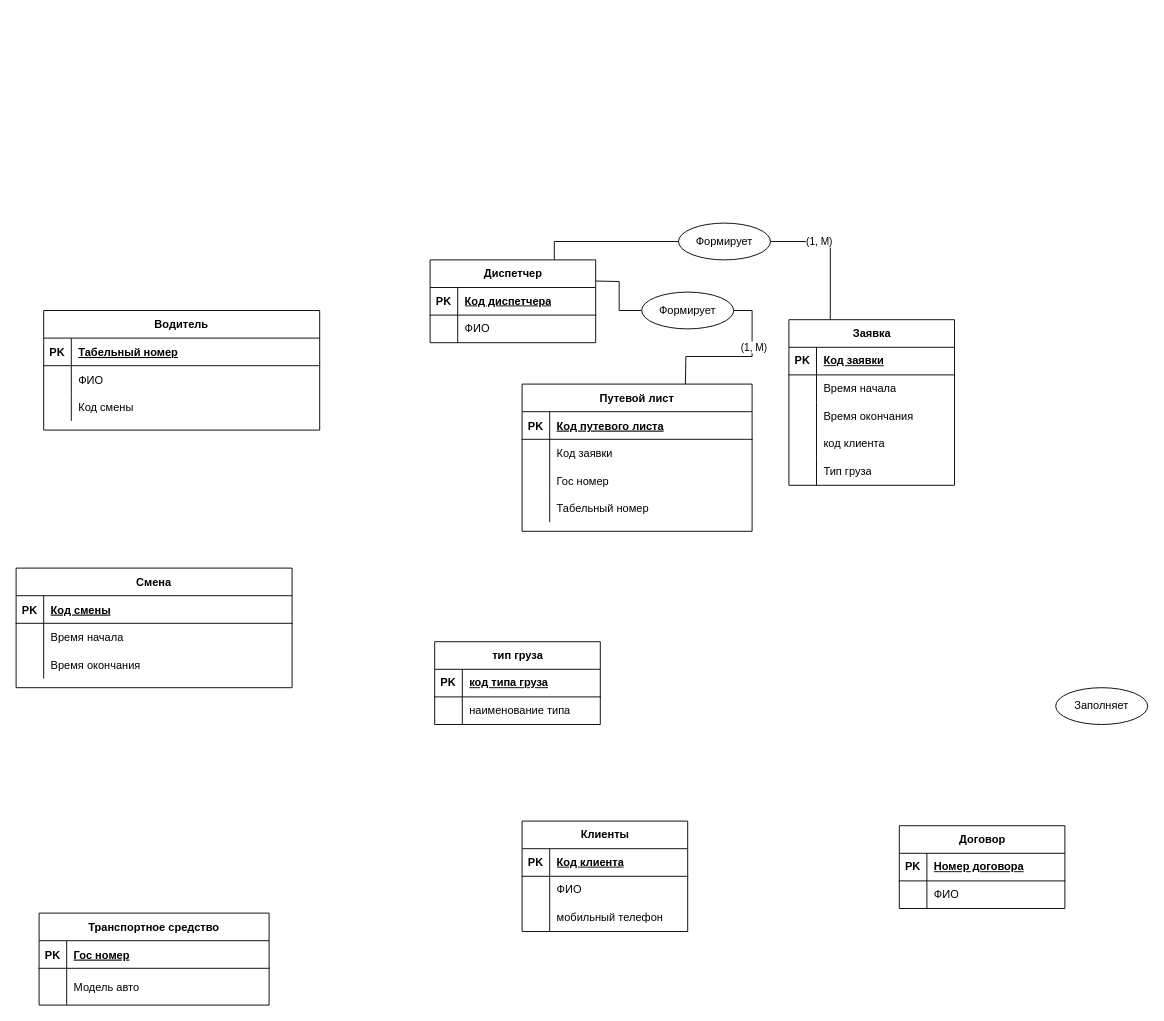
The draw.io diagram Диаграмма без названия2.drawio in psihioga/Sendsay_test_exercise, before the edit. Source tidied: cells renumbered, new cells numbered last; positions are measured from the earlier drawing's top-left corner, leaving out a move shared by most shapes. Both pictures are drawn from the tidied source at 92%, with x=0, y=0 at pixel (16, 223).
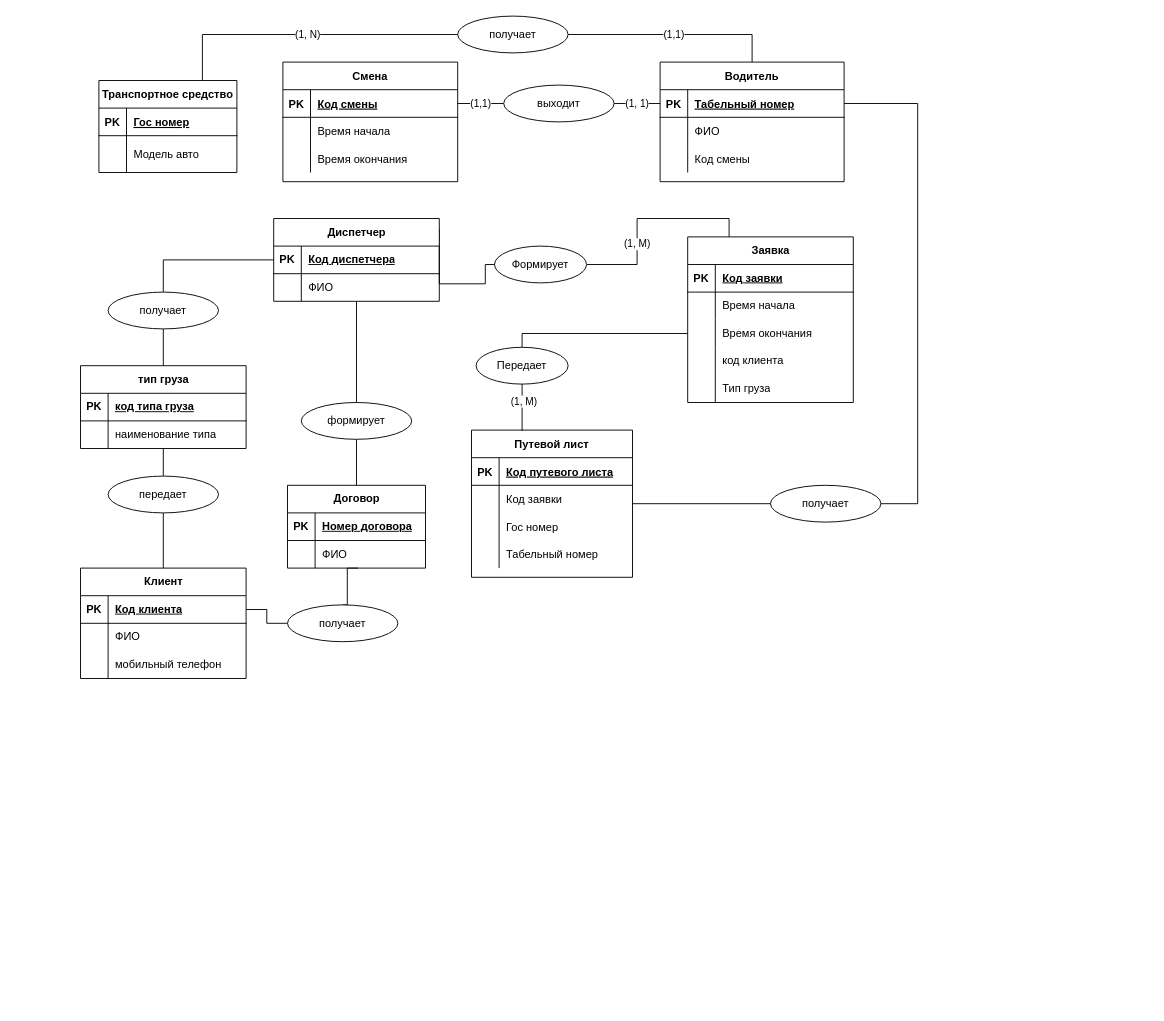
The same page after the edit.

The change refers to these unchanged cells:
```xml
<mxCell id="46" style="shape=tableRow;horizontal=0;startSize=0;swimlaneHead=0;swimlaneBody=0;fillColor=none;points=[[0,0.5],[1,0.5]];portConstraint=eastwest;top=0;left=0;right=0;bottom=0;" parent="42" vertex="1">
  <mxGeometry y="60" width="180" height="30" as="geometry" />
</mxCell>
<mxCell id="56" style="shape=tableRow;horizontal=0;startSize=0;swimlaneHead=0;swimlaneBody=0;fillColor=none;points=[[0,0.5],[1,0.5]];portConstraint=eastwest;top=0;left=0;right=0;bottom=0;" parent="49" vertex="1">
  <mxGeometry y="90" width="180" height="30" as="geometry" />
</mxCell>
<mxCell id="66" style="shape=tableRow;horizontal=0;startSize=0;swimlaneHead=0;swimlaneBody=0;fillColor=none;points=[[0,0.5],[1,0.5]];portConstraint=eastwest;top=0;left=0;right=0;bottom=1;" parent="65" vertex="1">
  <mxGeometry y="30" width="180" height="30" as="geometry" />
</mxCell>
<mxCell id="88" style="shape=tableRow;horizontal=0;startSize=0;swimlaneHead=0;swimlaneBody=0;fillColor=none;points=[[0,0.5],[1,0.5]];portConstraint=eastwest;top=0;left=0;right=0;bottom=1;" parent="87" vertex="1">
  <mxGeometry y="30" width="180" height="30" as="geometry" />
</mxCell>
<mxCell id="91" style="shape=tableRow;horizontal=0;startSize=0;swimlaneHead=0;swimlaneBody=0;fillColor=none;points=[[0,0.5],[1,0.5]];portConstraint=eastwest;top=0;left=0;right=0;bottom=0;" parent="87" vertex="1">
  <mxGeometry y="60" width="180" height="30" as="geometry" />
</mxCell>
```

What changed in the source:
```diff
@@
     <mxCell id="2" value="Путевой лист" style="shape=table;startSize=30;childLayout=tableLayout;rowLines=0;fontStyle=1;align=center;" parent="1" vertex="1">
-      <mxGeometry x="550" y="175" width="250" height="160" as="geometry" />
+      <mxGeometry x="495" y="225" width="175" height="160" as="geometry" />
     </mxCell>
     <mxCell id="3" style="shape=partialRectangle;fillColor=none;top=0;left=0;right=0;bottom=1;" parent="2" vertex="1">
-      <mxGeometry y="30" width="250" height="30" as="geometry" />
+      <mxGeometry y="30" width="175" height="30" as="geometry" />
     </mxCell>
@@
     <mxCell id="5" value="Код путевого листа" style="shape=partialRectangle;overflow=hidden;fillColor=none;top=0;left=0;bottom=0;right=0;align=left;spacingLeft=6;fontStyle=5;" parent="3" vertex="1">
-      <mxGeometry x="30" width="220" height="30" as="geometry" />
+      <mxGeometry x="30" width="145" height="30" as="geometry" />
     </mxCell>
     <mxCell id="6" style="shape=partialRectangle;fillColor=none;top=0;left=0;right=0;bottom=0;" parent="2" vertex="1">
-      <mxGeometry y="60" width="250" height="30" as="geometry" />
+      <mxGeometry y="60" width="175" height="30" as="geometry" />
     </mxCell>
@@
     <mxCell id="8" value="Код заявки" style="shape=partialRectangle;overflow=hidden;fillColor=none;top=0;left=0;bottom=0;right=0;align=left;spacingLeft=6;" parent="6" vertex="1">
-      <mxGeometry x="30" width="220" height="30" as="geometry" />
+      <mxGeometry x="30" width="145" height="30" as="geometry" />
     </mxCell>
     <mxCell id="9" style="shape=partialRectangle;fillColor=none;top=0;left=0;right=0;bottom=0;" parent="2" vertex="1">
-      <mxGeometry y="90" width="250" height="30" as="geometry" />
+      <mxGeometry y="90" width="175" height="30" as="geometry" />
     </mxCell>
@@
     <mxCell id="11" value="Гос номер" style="shape=partialRectangle;overflow=hidden;fillColor=none;top=0;left=0;bottom=0;right=0;align=left;spacingLeft=6;" parent="9" vertex="1">
-      <mxGeometry x="30" width="220" height="30" as="geometry" />
+      <mxGeometry x="30" width="145" height="30" as="geometry" />
     </mxCell>
     <mxCell id="12" style="shape=partialRectangle;fillColor=none;top=0;left=0;right=0;bottom=0;" parent="2" vertex="1">
-      <mxGeometry y="120" width="250" height="30" as="geometry" />
+      <mxGeometry y="120" width="175" height="30" as="geometry" />
     </mxCell>
@@
     <mxCell id="14" value="Табельный номер" style="shape=partialRectangle;overflow=hidden;fillColor=none;top=0;left=0;bottom=0;right=0;align=left;spacingLeft=6;" parent="12" vertex="1">
-      <mxGeometry x="30" width="220" height="30" as="geometry" />
+      <mxGeometry x="30" width="145" height="30" as="geometry" />
     </mxCell>
+    <mxCell id="98" value="(1,1)" style="edgeStyle=orthogonalEdgeStyle;rounded=0;jettySize=auto;html=1;exitX=1;exitY=0.5;exitDx=0;exitDy=0;entryX=0.5;entryY=0;entryDx=0;entryDy=0;endArrow=none;endFill=0;" parent="1" edge="1" source="110" target="22">
+      <mxGeometry relative="1" as="geometry" />
+    </mxCell>
     <mxCell id="15" value="Транспортное средство" style="shape=table;startSize=30;childLayout=tableLayout;rowLines=0;fontStyle=1;align=center;" parent="1" vertex="1">
-      <mxGeometry x="25" y="750" width="250" height="100" as="geometry" />
+      <mxGeometry x="90" y="-155" width="150" height="100" as="geometry" />
     </mxCell>
     <mxCell id="16" style="shape=partialRectangle;fillColor=none;top=0;left=0;right=0;bottom=1;" parent="15" vertex="1">
-      <mxGeometry y="30" width="250" height="30" as="geometry" />
+      <mxGeometry y="30" width="150" height="30" as="geometry" />
     </mxCell>
@@
     <mxCell id="18" value="Гос номер" style="shape=partialRectangle;overflow=hidden;fillColor=none;top=0;left=0;bottom=0;right=0;align=left;spacingLeft=6;fontStyle=5;" parent="16" vertex="1">
-      <mxGeometry x="30" width="220" height="30" as="geometry" />
+      <mxGeometry x="30" width="120" height="30" as="geometry" />
     </mxCell>
     <mxCell id="19" style="shape=partialRectangle;fillColor=none;top=0;left=0;right=0;bottom=0;" parent="15" vertex="1">
-      <mxGeometry y="60" width="250" height="40" as="geometry" />
+      <mxGeometry y="60" width="150" height="40" as="geometry" />
     </mxCell>
@@
     <mxCell id="21" value="Модель авто" style="shape=partialRectangle;overflow=hidden;fillColor=none;top=0;left=0;bottom=0;right=0;align=left;spacingLeft=6;" parent="19" vertex="1">
-      <mxGeometry x="30" width="220" height="40" as="geometry" />
+      <mxGeometry x="30" width="120" height="40" as="geometry" />
     </mxCell>
     <mxCell id="22" value="Водитель" style="shape=table;startSize=30;childLayout=tableLayout;rowLines=0;fontStyle=1;align=center;" parent="1" vertex="1">
-      <mxGeometry x="30" y="95" width="300" height="130" as="geometry" />
+      <mxGeometry x="700" y="-175" width="200" height="130" as="geometry" />
     </mxCell>
     <mxCell id="23" style="shape=partialRectangle;fillColor=none;points=[[0,0.5],[1,0.5]];portConstraint=eastwest;top=0;left=0;right=0;bottom=1;" parent="22" vertex="1">
-      <mxGeometry y="30" width="300" height="30" as="geometry" />
+      <mxGeometry y="30" width="200" height="30" as="geometry" />
     </mxCell>
@@
     <mxCell id="25" value="Табельный номер" style="shape=partialRectangle;overflow=hidden;fillColor=none;top=0;left=0;bottom=0;right=0;align=left;spacingLeft=6;fontStyle=5;" parent="23" vertex="1">
-      <mxGeometry x="30" width="270" height="30" as="geometry" />
+      <mxGeometry x="30" width="170" height="30" as="geometry" />
     </mxCell>
     <mxCell id="26" style="shape=partialRectangle;fillColor=none;top=0;left=0;right=0;bottom=0;" parent="22" vertex="1">
-      <mxGeometry y="60" width="300" height="30" as="geometry" />
+      <mxGeometry y="60" width="200" height="30" as="geometry" />
     </mxCell>
@@
     <mxCell id="28" value="ФИО" style="shape=partialRectangle;overflow=hidden;fillColor=none;top=0;left=0;bottom=0;right=0;align=left;spacingLeft=6;" parent="26" vertex="1">
-      <mxGeometry x="30" width="270" height="30" as="geometry" />
+      <mxGeometry x="30" width="170" height="30" as="geometry" />
     </mxCell>
     <mxCell id="29" style="shape=partialRectangle;fillColor=none;top=0;left=0;right=0;bottom=0;" parent="22" vertex="1">
-      <mxGeometry y="90" width="300" height="30" as="geometry" />
+      <mxGeometry y="90" width="200" height="30" as="geometry" />
     </mxCell>
@@
     <mxCell id="31" value="Код смены" style="shape=partialRectangle;overflow=hidden;fillColor=none;top=0;left=0;bottom=0;right=0;align=left;spacingLeft=6;" parent="29" vertex="1">
-      <mxGeometry x="30" width="270" height="30" as="geometry" />
+      <mxGeometry x="30" width="170" height="30" as="geometry" />
     </mxCell>
     <mxCell id="32" value="Смена" style="shape=table;startSize=30;childLayout=tableLayout;rowLines=0;fontStyle=1;align=center;" parent="1" vertex="1">
-      <mxGeometry y="375" width="300" height="130" as="geometry" />
+      <mxGeometry x="290" y="-175" width="190" height="130" as="geometry" />
     </mxCell>
     <mxCell id="33" style="shape=partialRectangle;fillColor=none;points=[[0,0.5],[1,0.5]];portConstraint=eastwest;top=0;left=0;right=0;bottom=1;" parent="32" vertex="1">
-      <mxGeometry y="30" width="300" height="30" as="geometry" />
+      <mxGeometry y="30" width="190" height="30" as="geometry" />
     </mxCell>
@@
     <mxCell id="35" value="Код смены" style="shape=partialRectangle;overflow=hidden;fillColor=none;top=0;left=0;bottom=0;right=0;align=left;spacingLeft=6;fontStyle=5;" parent="33" vertex="1">
-      <mxGeometry x="30" width="270" height="30" as="geometry" />
+      <mxGeometry x="30" width="160" height="30" as="geometry" />
     </mxCell>
     <mxCell id="36" style="shape=partialRectangle;fillColor=none;top=0;left=0;right=0;bottom=0;" parent="32" vertex="1">
-      <mxGeometry y="60" width="300" height="30" as="geometry" />
+      <mxGeometry y="60" width="190" height="30" as="geometry" />
     </mxCell>
@@
     <mxCell id="38" value="Время начала" style="shape=partialRectangle;overflow=hidden;fillColor=none;top=0;left=0;bottom=0;right=0;align=left;spacingLeft=6;" parent="36" vertex="1">
-      <mxGeometry x="30" width="270" height="30" as="geometry" />
+      <mxGeometry x="30" width="160" height="30" as="geometry" />
     </mxCell>
     <mxCell id="39" style="shape=partialRectangle;fillColor=none;top=0;left=0;right=0;bottom=0;" parent="32" vertex="1">
-      <mxGeometry y="90" width="300" height="30" as="geometry" />
+      <mxGeometry y="90" width="190" height="30" as="geometry" />
     </mxCell>
@@
     <mxCell id="41" value="Время окончания" style="shape=partialRectangle;overflow=hidden;fillColor=none;top=0;left=0;bottom=0;right=0;align=left;spacingLeft=6;" parent="39" vertex="1">
-      <mxGeometry x="30" width="270" height="30" as="geometry" />
+      <mxGeometry x="30" width="160" height="30" as="geometry" />
     </mxCell>
     <mxCell id="42" value="тип груза" style="shape=table;startSize=30;childLayout=tableLayout;rowLines=0;fontStyle=1;align=center;html=1;" parent="1" vertex="1">
-      <mxGeometry x="455" y="455" width="180" height="90" as="geometry" />
+      <mxGeometry x="70" y="155" width="180" height="90" as="geometry" />
     </mxCell>
@@
     <mxCell id="49" value="Заявка" style="shape=table;startSize=30;childLayout=tableLayout;rowLines=0;fontStyle=1;align=center;html=1;" parent="1" vertex="1">
-      <mxGeometry x="840" y="105" width="180" height="180" as="geometry" />
+      <mxGeometry x="730" y="15" width="180" height="180" as="geometry" />
     </mxCell>
@@
-    <mxCell id="65" value="Клиенты" style="shape=table;startSize=30;childLayout=tableLayout;rowLines=0;fontStyle=1;align=center;html=1;" parent="1" vertex="1">
-      <mxGeometry x="550" y="650" width="180" height="120" as="geometry" />
+    <mxCell id="65" value="Клиент" style="shape=table;startSize=30;childLayout=tableLayout;rowLines=0;fontStyle=1;align=center;html=1;" parent="1" vertex="1">
+      <mxGeometry x="70" y="375" width="180" height="120" as="geometry" />
     </mxCell>
@@
-    <mxCell id="75" value="Заполняет" style="ellipse;whiteSpace=wrap;html=1;align=center;" parent="1" vertex="1">
-      <mxGeometry x="1130" y="505" width="100" height="40" as="geometry" />
-    </mxCell>
@@
     <mxCell id="78" value="Формирует" style="ellipse;whiteSpace=wrap;html=1;align=center;" parent="1" vertex="1">
-      <mxGeometry x="720" width="100" height="40" as="geometry" />
+      <mxGeometry x="520" y="25" width="100" height="40" as="geometry" />
     </mxCell>
     <mxCell id="79" value="Договор" style="shape=table;startSize=30;childLayout=tableLayout;rowLines=0;fontStyle=1;align=center;html=1;" parent="1" vertex="1">
-      <mxGeometry x="960" y="655" width="180" height="90" as="geometry" />
+      <mxGeometry x="295" y="285" width="150" height="90" as="geometry" />
     </mxCell>
     <mxCell id="80" style="shape=tableRow;horizontal=0;startSize=0;swimlaneHead=0;swimlaneBody=0;fillColor=none;top=0;left=0;right=0;bottom=1;" parent="79" vertex="1">
-      <mxGeometry y="30" width="180" height="30" as="geometry" />
+      <mxGeometry y="30" width="150" height="30" as="geometry" />
     </mxCell>
@@
     <mxCell id="82" value="Номер договора" style="shape=partialRectangle;fillColor=none;top=0;left=0;bottom=0;right=0;align=left;spacingLeft=6;fontStyle=5;overflow=hidden;whiteSpace=wrap;html=1;" parent="80" vertex="1">
-      <mxGeometry x="30" width="150" height="30" as="geometry" />
+      <mxGeometry x="30" width="120" height="30" as="geometry" />
     </mxCell>
     <mxCell id="83" style="shape=tableRow;horizontal=0;startSize=0;swimlaneHead=0;swimlaneBody=0;fillColor=none;points=[[0,0.5],[1,0.5]];portConstraint=eastwest;top=0;left=0;right=0;bottom=0;" parent="79" vertex="1">
-      <mxGeometry y="60" width="180" height="30" as="geometry" />
+      <mxGeometry y="60" width="150" height="30" as="geometry" />
     </mxCell>
@@
     <mxCell id="85" value="ФИО" style="shape=partialRectangle;fillColor=none;top=0;left=0;bottom=0;right=0;align=left;spacingLeft=6;overflow=hidden;whiteSpace=wrap;html=1;" parent="83" vertex="1">
-      <mxGeometry x="30" width="150" height="30" as="geometry" />
+      <mxGeometry x="30" width="120" height="30" as="geometry" />
     </mxCell>
-    <mxCell id="86" style="edgeStyle=orthogonalEdgeStyle;rounded=0;jettySize=auto;html=1;exitX=0.75;exitY=0;exitDx=0;exitDy=0;entryX=0;entryY=0.5;entryDx=0;entryDy=0;endArrow=none;endFill=0;" parent="1" edge="1" source="87" target="78">
-      <mxGeometry relative="1" as="geometry" />
+    <mxCell id="86" style="edgeStyle=orthogonalEdgeStyle;rounded=0;jettySize=auto;html=1;exitX=1;exitY=0.126;exitDx=0;exitDy=0;entryX=0;entryY=0.5;entryDx=0;entryDy=0;endArrow=none;endFill=0;exitPerimeter=0;" parent="1" edge="1" source="87" target="78">
+      <mxGeometry relative="1" as="geometry">
+        <Array as="points">
+          <mxPoint x="510" y="66" />
+          <mxPoint x="510" y="45" />
+        </Array>
+      </mxGeometry>
     </mxCell>
     <mxCell id="87" value="Диспетчер" style="shape=table;startSize=30;childLayout=tableLayout;rowLines=0;fontStyle=1;align=center;html=1;" parent="1" vertex="1">
-      <mxGeometry x="450" y="40" width="180" height="90" as="geometry" />
+      <mxGeometry x="280" y="-5" width="180" height="90" as="geometry" />
     </mxCell>
@@
-    <mxCell id="94" style="edgeStyle=orthogonalEdgeStyle;rounded=0;jettySize=auto;html=1;exitX=1;exitY=0.5;exitDx=0;exitDy=0;entryX=0.75;entryY=0;entryDx=0;entryDy=0;endArrow=none;endFill=0;" parent="1" edge="1" source="96">
+    <mxCell id="94" style="edgeStyle=orthogonalEdgeStyle;rounded=0;jettySize=auto;html=1;exitX=0.5;exitY=1;exitDx=0;exitDy=0;endArrow=none;endFill=0;" parent="1" edge="1" source="96">
       <mxGeometry relative="1" as="geometry">
-        <mxPoint x="727.5" y="175" as="targetPoint" />
+        <mxPoint x="550" y="226" as="targetPoint" />
+        <Array as="points">
+          <mxPoint x="550" y="226" />
+        </Array>
       </mxGeometry>
     </mxCell>
@@
-    <mxCell id="96" value="Формирует" style="ellipse;whiteSpace=wrap;html=1;align=center;" parent="1" vertex="1">
-      <mxGeometry x="680" y="75" width="100" height="40" as="geometry" />
+    <mxCell id="96" value="Передает" style="ellipse;whiteSpace=wrap;html=1;align=center;" parent="1" vertex="1">
+      <mxGeometry x="500" y="135" width="100" height="40" as="geometry" />
     </mxCell>
-    <mxCell id="97" style="edgeStyle=orthogonalEdgeStyle;rounded=0;jettySize=auto;html=1;entryX=0;entryY=0.5;entryDx=0;entryDy=0;endArrow=none;endFill=0;" parent="1" edge="1" target="96">
+    <mxCell id="97" style="edgeStyle=orthogonalEdgeStyle;rounded=0;jettySize=auto;html=1;entryX=0.5;entryY=0;entryDx=0;entryDy=0;endArrow=none;endFill=0;exitX=0;exitY=0.5;exitDx=0;exitDy=0;" parent="1" edge="1" source="56" target="96">
       <mxGeometry relative="1" as="geometry">
-        <mxPoint x="630" y="63" as="sourcePoint" />
+        <Array as="points">
+          <mxPoint x="550" y="120" />
+        </Array>
       </mxGeometry>
     </mxCell>
+    <mxCell id="99" style="endArrow=none;html=1;rounded=0;entryX=0.5;entryY=0;entryDx=0;entryDy=0;exitX=0.5;exitY=1;exitDx=0;exitDy=0;" parent="1" edge="1" source="114" target="79">
+      <mxGeometry relative="1" as="geometry" />
+    </mxCell>
+    <mxCell id="100" style="edgeStyle=orthogonalEdgeStyle;rounded=0;jettySize=auto;html=1;exitX=0.5;exitY=0;exitDx=0;exitDy=0;entryX=0.511;entryY=1;entryDx=0;entryDy=0;entryPerimeter=0;endArrow=none;endFill=0;" parent="1" edge="1" source="104" target="83">
+      <mxGeometry relative="1" as="geometry">
+        <Array as="points">
+          <mxPoint x="360" y="375" />
+        </Array>
+      </mxGeometry>
+    </mxCell>
+    <mxCell id="101" value="(1,1)" style="edgeStyle=orthogonalEdgeStyle;rounded=0;jettySize=auto;html=1;exitX=0;exitY=0.5;exitDx=0;exitDy=0;endArrow=none;endFill=0;" parent="1" edge="1" source="118" target="33">
+      <mxGeometry relative="1" as="geometry" />
+    </mxCell>
+    <mxCell id="102" style="endArrow=none;html=1;rounded=0;exitX=0.5;exitY=0;exitDx=0;exitDy=0;entryX=0;entryY=0.5;entryDx=0;entryDy=0;" parent="1" edge="1" source="116" target="88">
+      <mxGeometry relative="1" as="geometry">
+        <Array as="points">
+          <mxPoint x="160" y="40" />
+        </Array>
+      </mxGeometry>
+    </mxCell>
+    <mxCell id="103" style="edgeStyle=orthogonalEdgeStyle;rounded=0;jettySize=auto;html=1;exitX=1;exitY=0.5;exitDx=0;exitDy=0;entryX=0;entryY=0.5;entryDx=0;entryDy=0;endArrow=none;endFill=0;" parent="1" edge="1" source="66" target="104">
+      <mxGeometry relative="1" as="geometry" />
+    </mxCell>
+    <mxCell id="104" value="получает" style="ellipse;whiteSpace=wrap;html=1;" parent="1" vertex="1">
+      <mxGeometry x="295" y="415" width="120" height="40" as="geometry" />
+    </mxCell>
+    <mxCell id="105" style="endArrow=none;html=1;rounded=0;exitX=0.5;exitY=0;exitDx=0;exitDy=0;" parent="1" edge="1" source="112" target="46">
+      <mxGeometry relative="1" as="geometry" />
+    </mxCell>
+    <mxCell id="106" style="edgeStyle=orthogonalEdgeStyle;rounded=0;jettySize=auto;html=1;exitX=0;exitY=0.5;exitDx=0;exitDy=0;endArrow=none;endFill=0;" parent="1" edge="1" source="108" target="2">
+      <mxGeometry relative="1" as="geometry" />
+    </mxCell>
+    <mxCell id="107" style="edgeStyle=orthogonalEdgeStyle;rounded=0;jettySize=auto;html=1;exitX=1;exitY=0.5;exitDx=0;exitDy=0;endArrow=none;endFill=0;" parent="1" edge="1" source="23" target="108">
+      <mxGeometry relative="1" as="geometry">
+        <Array as="points">
+          <mxPoint x="980" y="-130" />
+          <mxPoint x="980" y="305" />
+        </Array>
+      </mxGeometry>
+    </mxCell>
+    <mxCell id="108" value="получает" style="ellipse;whiteSpace=wrap;html=1;" parent="1" vertex="1">
+      <mxGeometry x="820" y="285" width="120" height="40" as="geometry" />
+    </mxCell>
+    <mxCell id="109" value="(1, N)" style="edgeStyle=orthogonalEdgeStyle;rounded=0;jettySize=auto;html=1;exitX=0.75;exitY=0;exitDx=0;exitDy=0;entryX=0;entryY=0.5;entryDx=0;entryDy=0;endArrow=none;endFill=0;" parent="1" edge="1" source="15" target="110">
+      <mxGeometry relative="1" as="geometry" />
+    </mxCell>
+    <mxCell id="110" value="получает" style="ellipse;whiteSpace=wrap;html=1;" parent="1" vertex="1">
+      <mxGeometry x="480" y="-225" width="120" height="40" as="geometry" />
+    </mxCell>
+    <mxCell id="111" style="endArrow=none;html=1;rounded=0;exitX=0.5;exitY=0;exitDx=0;exitDy=0;entryX=0.5;entryY=1;entryDx=0;entryDy=0;" parent="1" edge="1" source="65" target="112">
+      <mxGeometry relative="1" as="geometry" />
+    </mxCell>
+    <mxCell id="112" value="передает" style="ellipse;whiteSpace=wrap;html=1;" parent="1" vertex="1">
+      <mxGeometry x="100" y="275" width="120" height="40" as="geometry" />
+    </mxCell>
+    <mxCell id="113" style="endArrow=none;html=1;rounded=0;entryX=0.5;entryY=0;entryDx=0;entryDy=0;" parent="1" edge="1" source="91" target="114">
+      <mxGeometry relative="1" as="geometry" />
+    </mxCell>
+    <mxCell id="114" value="формирует" style="ellipse;whiteSpace=wrap;html=1;" parent="1" vertex="1">
+      <mxGeometry x="310" y="195" width="120" height="40" as="geometry" />
+    </mxCell>
+    <mxCell id="115" style="endArrow=none;html=1;rounded=0;exitX=0.5;exitY=0;exitDx=0;exitDy=0;entryX=0.5;entryY=1;entryDx=0;entryDy=0;" parent="1" edge="1" source="42" target="116">
+      <mxGeometry relative="1" as="geometry" />
+    </mxCell>
+    <mxCell id="116" value="получает" style="ellipse;whiteSpace=wrap;html=1;" parent="1" vertex="1">
+      <mxGeometry x="100" y="75" width="120" height="40" as="geometry" />
+    </mxCell>
+    <mxCell id="117" value="(1, 1)" style="edgeStyle=orthogonalEdgeStyle;rounded=0;jettySize=auto;html=1;exitX=0;exitY=0.5;exitDx=0;exitDy=0;endArrow=none;endFill=0;" parent="1" edge="1" source="23" target="118">
+      <mxGeometry relative="1" as="geometry" />
+    </mxCell>
+    <mxCell id="118" value="выходит" style="ellipse;whiteSpace=wrap;html=1;" parent="1" vertex="1">
+      <mxGeometry x="530" y="-150" width="120" height="40" as="geometry" />
+    </mxCell>
```
